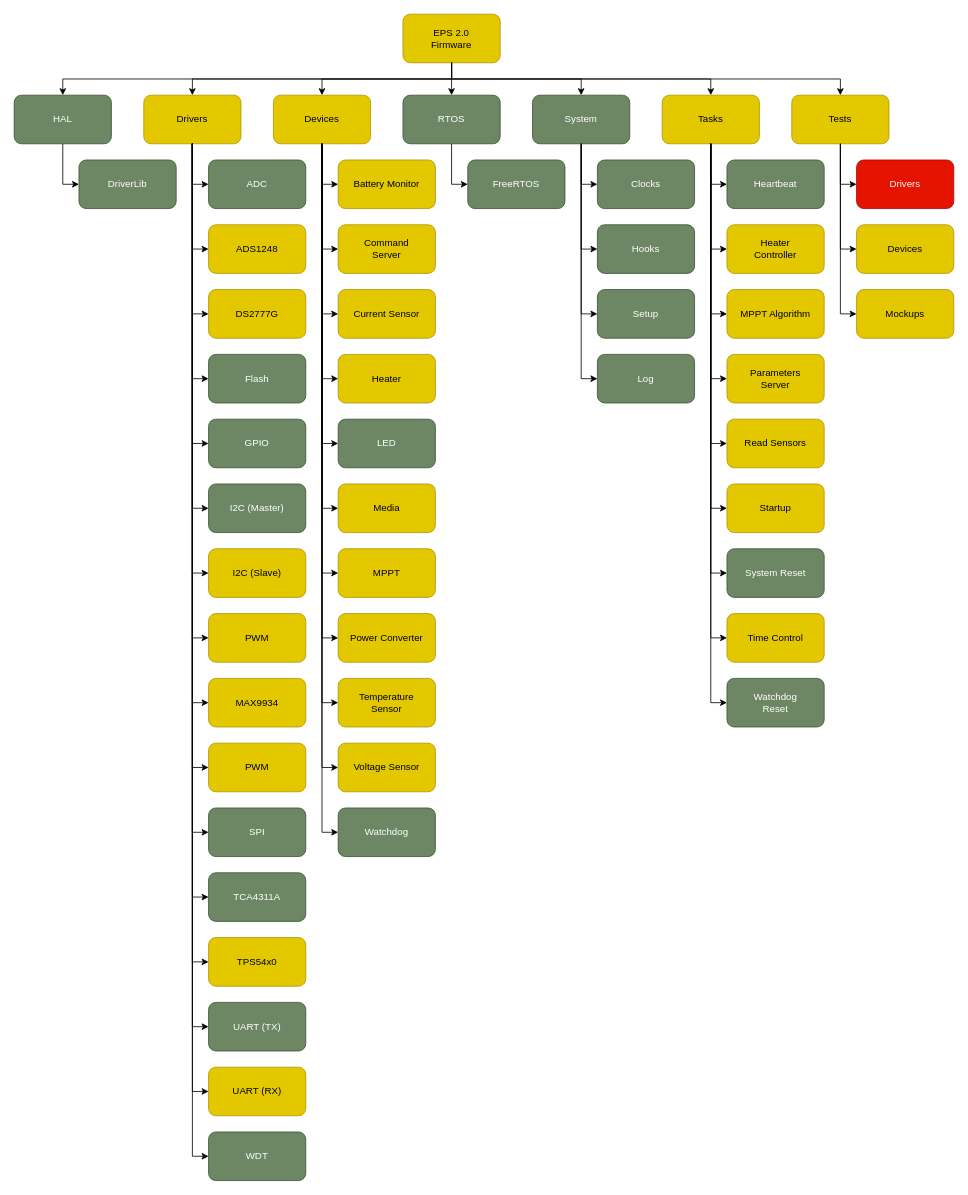
This is doc/figures/product-tree-fw.drawio from spacelab-ufsc/eps2, a draw.io file, before an edit. Source tidied: cells renumbered, new cells numbered last; positions are measured from the earlier drawing's top-left corner, leaving out a move shared by most shapes. Both pictures are drawn from the tidied source at 81%, with x=0, y=0 at pixel (14, 14).
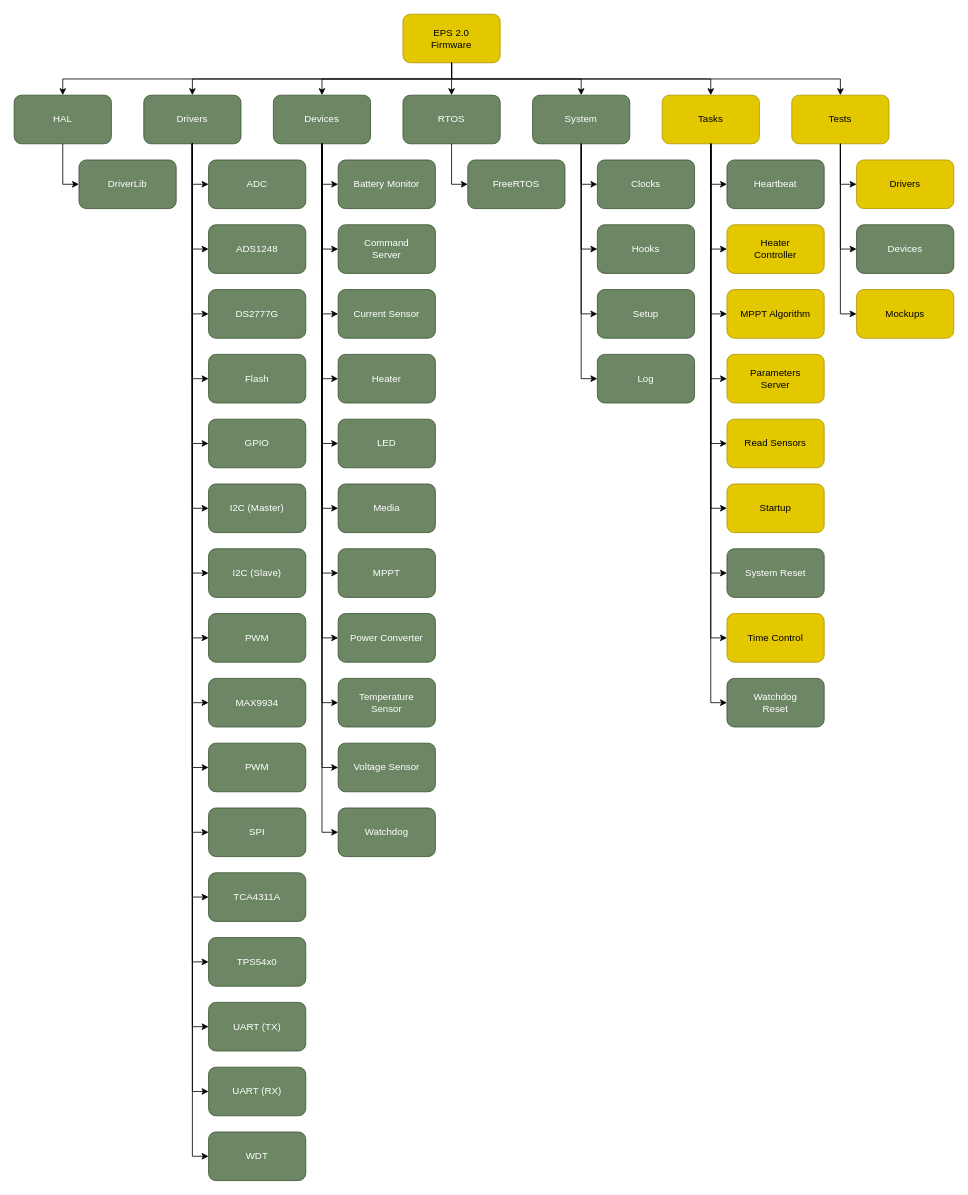
Above is the later version.

The edit, as a diff of the source:
```diff
@@
-    <mxCell id="2" value="Drivers" style="rounded=1;whiteSpace=wrap;html=1;fillColor=#e3c800;fontColor=#000000;strokeColor=#B09500;" parent="1" vertex="1">
+    <mxCell id="2" value="Drivers" style="rounded=1;whiteSpace=wrap;html=1;fillColor=#6D8764;fontColor=#FFFFFF;strokeColor=#3A5431;" parent="1" vertex="1">
       <mxGeometry x="160" y="100" width="120" height="60" as="geometry" />
     </mxCell>
-    <mxCell id="3" value="Devices" style="rounded=1;whiteSpace=wrap;html=1;fillColor=#e3c800;fontColor=#000000;strokeColor=#B09500;" parent="1" vertex="1">
+    <mxCell id="3" value="Devices" style="rounded=1;whiteSpace=wrap;html=1;fillColor=#6D8764;fontColor=#FFFFFF;strokeColor=#3A5431;" parent="1" vertex="1">
       <mxGeometry x="320" y="100" width="120" height="60" as="geometry" />
     </mxCell>
@@
-    <mxCell id="6" value="ADS1248" style="rounded=1;whiteSpace=wrap;html=1;fillColor=#e3c800;fontColor=#000000;strokeColor=#B09500;" parent="1" vertex="1">
+    <mxCell id="6" value="ADS1248" style="rounded=1;whiteSpace=wrap;html=1;fillColor=#6D8764;fontColor=#FFFFFF;strokeColor=#3A5431;" parent="1" vertex="1">
       <mxGeometry x="240" y="260" width="120" height="60" as="geometry" />
     </mxCell>
-    <mxCell id="7" value="DS2777G" style="rounded=1;whiteSpace=wrap;html=1;fillColor=#e3c800;fontColor=#000000;strokeColor=#B09500;" parent="1" vertex="1">
+    <mxCell id="7" value="DS2777G" style="rounded=1;whiteSpace=wrap;html=1;fillColor=#6D8764;fontColor=#FFFFFF;strokeColor=#3A5431;" parent="1" vertex="1">
       <mxGeometry x="240" y="340" width="120" height="60" as="geometry" />
     </mxCell>
@@
-    <mxCell id="11" value="I2C (Slave)" style="rounded=1;whiteSpace=wrap;html=1;fillColor=#e3c800;fontColor=#000000;strokeColor=#B09500;" parent="1" vertex="1">
+    <mxCell id="11" value="I2C (Slave)" style="rounded=1;whiteSpace=wrap;html=1;fillColor=#6D8764;fontColor=#FFFFFF;strokeColor=#3A5431;" parent="1" vertex="1">
       <mxGeometry x="240" y="660" width="120" height="60" as="geometry" />
     </mxCell>
-    <mxCell id="12" value="PWM" style="rounded=1;whiteSpace=wrap;html=1;fillColor=#e3c800;fontColor=#000000;strokeColor=#B09500;" parent="1" vertex="1">
+    <mxCell id="12" value="PWM" style="rounded=1;whiteSpace=wrap;html=1;fillColor=#6D8764;fontColor=#FFFFFF;strokeColor=#3A5431;" parent="1" vertex="1">
       <mxGeometry x="240" y="740" width="120" height="60" as="geometry" />
     </mxCell>
-    <mxCell id="13" value="MAX9934&lt;br&gt;" style="rounded=1;whiteSpace=wrap;html=1;fillColor=#e3c800;fontColor=#000000;strokeColor=#B09500;" parent="1" vertex="1">
+    <mxCell id="13" value="MAX9934&lt;br&gt;" style="rounded=1;whiteSpace=wrap;html=1;fillColor=#6D8764;fontColor=#FFFFFF;strokeColor=#3A5431;" parent="1" vertex="1">
       <mxGeometry x="240" y="820" width="120" height="60" as="geometry" />
     </mxCell>
-    <mxCell id="14" value="PWM" style="rounded=1;whiteSpace=wrap;html=1;fillColor=#e3c800;fontColor=#000000;strokeColor=#B09500;" parent="1" vertex="1">
+    <mxCell id="14" value="PWM" style="rounded=1;whiteSpace=wrap;html=1;fillColor=#6D8764;fontColor=#FFFFFF;strokeColor=#3A5431;" parent="1" vertex="1">
       <mxGeometry x="240" y="900" width="120" height="60" as="geometry" />
     </mxCell>
-    <mxCell id="15" value="TPS54x0" style="rounded=1;whiteSpace=wrap;html=1;fillColor=#e3c800;fontColor=#000000;strokeColor=#B09500;" parent="1" vertex="1">
+    <mxCell id="15" value="TPS54x0" style="rounded=1;whiteSpace=wrap;html=1;fillColor=#6D8764;fontColor=#FFFFFF;strokeColor=#3A5431;" parent="1" vertex="1">
       <mxGeometry x="240" y="1140" width="120" height="60" as="geometry" />
     </mxCell>
@@
-    <mxCell id="33" value="Battery Monitor" style="rounded=1;whiteSpace=wrap;html=1;fillColor=#e3c800;fontColor=#000000;strokeColor=#B09500;" parent="1" vertex="1">
+    <mxCell id="33" value="Battery Monitor" style="rounded=1;whiteSpace=wrap;html=1;fillColor=#6D8764;fontColor=#FFFFFF;strokeColor=#3A5431;" parent="1" vertex="1">
       <mxGeometry x="400" y="180" width="120" height="60" as="geometry" />
     </mxCell>
-    <mxCell id="34" value="Current Sensor" style="rounded=1;whiteSpace=wrap;html=1;fillColor=#e3c800;fontColor=#000000;strokeColor=#B09500;" parent="1" vertex="1">
+    <mxCell id="34" value="Current Sensor" style="rounded=1;whiteSpace=wrap;html=1;fillColor=#6D8764;fontColor=#FFFFFF;strokeColor=#3A5431;" parent="1" vertex="1">
       <mxGeometry x="400" y="340" width="120" height="60" as="geometry" />
     </mxCell>
-    <mxCell id="35" value="Heater" style="rounded=1;whiteSpace=wrap;html=1;fillColor=#e3c800;fontColor=#000000;strokeColor=#B09500;" parent="1" vertex="1">
+    <mxCell id="35" value="Heater" style="rounded=1;whiteSpace=wrap;html=1;fillColor=#6D8764;fontColor=#FFFFFF;strokeColor=#3A5431;" parent="1" vertex="1">
       <mxGeometry x="400" y="420" width="120" height="60" as="geometry" />
     </mxCell>
@@
-    <mxCell id="37" value="Media" style="rounded=1;whiteSpace=wrap;html=1;fillColor=#e3c800;fontColor=#000000;strokeColor=#B09500;" parent="1" vertex="1">
+    <mxCell id="37" value="Media" style="rounded=1;whiteSpace=wrap;html=1;fillColor=#6D8764;fontColor=#FFFFFF;strokeColor=#3A5431;" parent="1" vertex="1">
       <mxGeometry x="400" y="580" width="120" height="60" as="geometry" />
     </mxCell>
-    <mxCell id="38" value="MPPT" style="rounded=1;whiteSpace=wrap;html=1;fillColor=#e3c800;fontColor=#000000;strokeColor=#B09500;" parent="1" vertex="1">
+    <mxCell id="38" value="MPPT" style="rounded=1;whiteSpace=wrap;html=1;fillColor=#6D8764;fontColor=#FFFFFF;strokeColor=#3A5431;" parent="1" vertex="1">
       <mxGeometry x="400" y="660" width="120" height="60" as="geometry" />
     </mxCell>
-    <mxCell id="39" value="Power Converter" style="rounded=1;whiteSpace=wrap;html=1;fillColor=#e3c800;fontColor=#000000;strokeColor=#B09500;" parent="1" vertex="1">
+    <mxCell id="39" value="Power Converter" style="rounded=1;whiteSpace=wrap;html=1;fillColor=#6D8764;fontColor=#FFFFFF;strokeColor=#3A5431;" parent="1" vertex="1">
       <mxGeometry x="400" y="740" width="120" height="60" as="geometry" />
     </mxCell>
-    <mxCell id="40" value="Temperature&lt;br&gt;Sensor" style="rounded=1;whiteSpace=wrap;html=1;fillColor=#e3c800;fontColor=#000000;strokeColor=#B09500;" parent="1" vertex="1">
+    <mxCell id="40" value="Temperature&lt;br&gt;Sensor" style="rounded=1;whiteSpace=wrap;html=1;fillColor=#6D8764;fontColor=#FFFFFF;strokeColor=#3A5431;gradientColor=none;" parent="1" vertex="1">
       <mxGeometry x="400" y="820" width="120" height="60" as="geometry" />
     </mxCell>
-    <mxCell id="41" value="Voltage Sensor" style="rounded=1;whiteSpace=wrap;html=1;fillColor=#e3c800;fontColor=#000000;strokeColor=#B09500;" parent="1" vertex="1">
+    <mxCell id="41" value="Voltage Sensor" style="rounded=1;whiteSpace=wrap;html=1;fillColor=#6D8764;fontColor=#FFFFFF;strokeColor=#3A5431;" parent="1" vertex="1">
       <mxGeometry x="400" y="900" width="120" height="60" as="geometry" />
     </mxCell>
@@
-    <mxCell id="43" value="Command&lt;br&gt;Server" style="rounded=1;whiteSpace=wrap;html=1;fillColor=#e3c800;fontColor=#000000;strokeColor=#B09500;" parent="1" vertex="1">
+    <mxCell id="43" value="Command&lt;br&gt;Server" style="rounded=1;whiteSpace=wrap;html=1;fillColor=#6D8764;fontColor=#FFFFFF;strokeColor=#3A5431;" parent="1" vertex="1">
       <mxGeometry x="400" y="260" width="120" height="60" as="geometry" />
     </mxCell>
@@
-    <mxCell id="97" value="Drivers" style="rounded=1;whiteSpace=wrap;html=1;fillColor=#e51400;fontColor=#ffffff;strokeColor=#B20000;" parent="1" vertex="1">
+    <mxCell id="97" value="Drivers" style="rounded=1;whiteSpace=wrap;html=1;fillColor=#E3C800;fontColor=#000000;strokeColor=#B09500;" parent="1" vertex="1">
       <mxGeometry x="1040" y="180" width="120" height="60" as="geometry" />
     </mxCell>
-    <mxCell id="98" value="Devices" style="rounded=1;whiteSpace=wrap;html=1;fillColor=#e3c800;fontColor=#000000;strokeColor=#B09500;" parent="1" vertex="1">
+    <mxCell id="98" value="Devices" style="rounded=1;whiteSpace=wrap;html=1;fillColor=#6D8764;fontColor=#FFFFFF;strokeColor=#3A5431;" parent="1" vertex="1">
       <mxGeometry x="1040" y="260" width="120" height="60" as="geometry" />
     </mxCell>
@@
-    <mxCell id="103" value="UART (RX)" style="rounded=1;whiteSpace=wrap;html=1;fillColor=#e3c800;fontColor=#000000;strokeColor=#B09500;" parent="1" vertex="1">
+    <mxCell id="103" value="UART (RX)" style="rounded=1;whiteSpace=wrap;html=1;fillColor=#6D8764;fontColor=#FFFFFF;strokeColor=#3A5431;" parent="1" vertex="1">
       <mxGeometry x="240" y="1300" width="120" height="60" as="geometry" />
     </mxCell>
```
